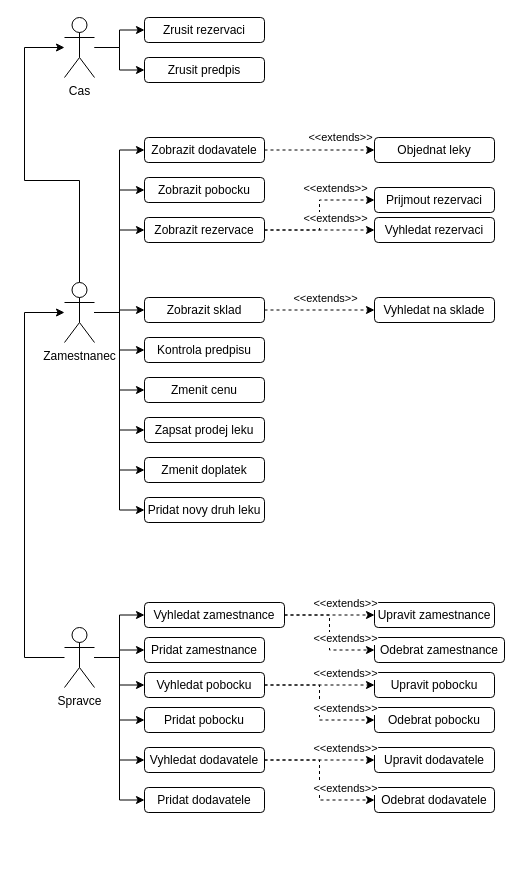
tada66/IUS-projekt keeps this draw.io diagram as IUS projekt use case diagram.drawio. Above is the earlier version. Source tidied: cells renumbered, new cells numbered last; positions are measured from the earlier drawing's top-left corner, leaving out a move shared by most shapes. Both pictures are drawn from the tidied source at 100%, with x=0, y=0 at pixel (24, 17).
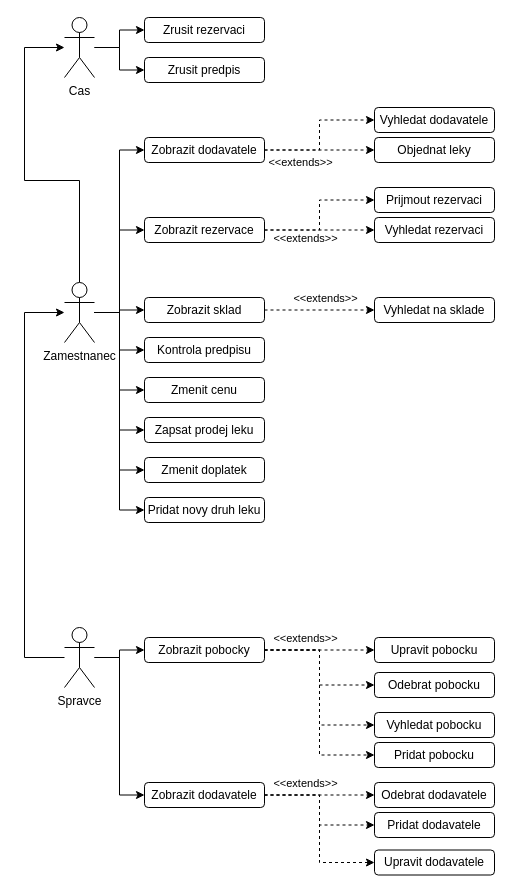
Above is the later version.

Unchanged cells that the change refers to:
```xml
<mxCell id="9" value="Spravce" style="shape=umlActor;verticalLabelPosition=bottom;verticalAlign=top;html=1;outlineConnect=0;" parent="1" vertex="1">
  <mxGeometry x="40" y="610" width="30" height="60" as="geometry" />
</mxCell>
<mxCell id="20" value="Zamestnanec" style="shape=umlActor;verticalLabelPosition=bottom;verticalAlign=top;html=1;outlineConnect=0;" parent="1" vertex="1">
  <mxGeometry x="40" y="265" width="30" height="60" as="geometry" />
</mxCell>
<mxCell id="51" value="Zobrazit dodavatele" style="rounded=1;whiteSpace=wrap;html=1;" parent="1" vertex="1">
  <mxGeometry x="120" y="120" width="120" height="25" as="geometry" />
</mxCell>
```

The edit, as a diff of the source:
```diff
@@
-    <mxCell id="3" style="edgeStyle=orthogonalEdgeStyle;rounded=0;jettySize=auto;html=1;" parent="1" edge="1" source="9" target="58">
-      <mxGeometry relative="1" as="geometry" />
-    </mxCell>
-    <mxCell id="4" style="edgeStyle=orthogonalEdgeStyle;rounded=0;jettySize=auto;html=1;" parent="1" edge="1" source="9" target="42">
-      <mxGeometry relative="1" as="geometry" />
-    </mxCell>
@@
-    <mxCell id="6" style="edgeStyle=orthogonalEdgeStyle;rounded=0;jettySize=auto;html=1;entryX=0;entryY=0.5;entryDx=0;entryDy=0;" parent="1" edge="1" source="9" target="63">
-      <mxGeometry relative="1" as="geometry" />
-    </mxCell>
@@
-    <mxCell id="8" style="edgeStyle=orthogonalEdgeStyle;rounded=0;jettySize=auto;html=1;entryX=0;entryY=0.5;entryDx=0;entryDy=0;" parent="1" edge="1" source="9" target="47">
-      <mxGeometry relative="1" as="geometry" />
-    </mxCell>
@@
-    <mxCell id="18" style="edgeStyle=orthogonalEdgeStyle;rounded=0;jettySize=auto;html=1;entryX=0;entryY=0.5;entryDx=0;entryDy=0;" parent="1" edge="1" source="20" target="49">
-      <mxGeometry relative="1" as="geometry" />
-    </mxCell>
@@
-    <mxCell id="40" value="&amp;lt;&amp;lt;extends&amp;gt;&amp;gt;" style="edgeLabel;html=1;align=center;verticalAlign=middle;" parent="1" vertex="1">
-      <mxGeometry x="310" y="170" as="geometry" />
-    </mxCell>
     <mxCell id="41" value="&amp;lt;&amp;lt;extends&amp;gt;&amp;gt;" style="edgeLabel;html=1;align=center;verticalAlign=middle;" parent="1" vertex="1">
-      <mxGeometry x="310" y="200" as="geometry" />
+      <mxGeometry x="280" y="220" as="geometry" />
     </mxCell>
-    <mxCell id="42" value="Pridat zamestnance" style="rounded=1;whiteSpace=wrap;html=1;" parent="1" vertex="1">
-      <mxGeometry x="120" y="620" width="120" height="25" as="geometry" />
-    </mxCell>
@@
+    <mxCell id="71" style="edgeStyle=orthogonalEdgeStyle;rounded=0;jettySize=auto;html=1;entryX=0;entryY=0.5;entryDx=0;entryDy=0;dashed=1;" parent="1" edge="1" source="46" target="75">
+      <mxGeometry relative="1" as="geometry" />
+    </mxCell>
+    <mxCell id="72" style="edgeStyle=orthogonalEdgeStyle;rounded=0;jettySize=auto;html=1;entryX=0;entryY=0.5;entryDx=0;entryDy=0;dashed=1;" parent="1" edge="1" source="46" target="63">
+      <mxGeometry relative="1" as="geometry" />
+    </mxCell>
-    <mxCell id="46" value="Vyhledat pobocku" style="rounded=1;whiteSpace=wrap;html=1;" parent="1" vertex="1">
-      <mxGeometry x="120" y="655" width="120" height="25" as="geometry" />
+    <mxCell id="46" value="Zobrazit pobocky" style="rounded=1;whiteSpace=wrap;html=1;" parent="1" vertex="1">
+      <mxGeometry x="120" y="620" width="120" height="25" as="geometry" />
     </mxCell>
     <mxCell id="47" value="Pridat dodavatele" style="rounded=1;whiteSpace=wrap;html=1;" parent="1" vertex="1">
-      <mxGeometry x="120" y="770" width="120" height="25" as="geometry" />
+      <mxGeometry x="350" y="795" width="120" height="25" as="geometry" />
     </mxCell>
     <mxCell id="48" value="Odebrat dodavatele" style="rounded=1;whiteSpace=wrap;html=1;" parent="1" vertex="1">
-      <mxGeometry x="350" y="770" width="120" height="25" as="geometry" />
+      <mxGeometry x="350" y="765" width="120" height="25" as="geometry" />
     </mxCell>
-    <mxCell id="49" value="Zobrazit pobocku" style="rounded=1;whiteSpace=wrap;html=1;" parent="1" vertex="1">
-      <mxGeometry x="120" y="160" width="120" height="25" as="geometry" />
-    </mxCell>
@@
+    <mxCell id="73" style="edgeStyle=orthogonalEdgeStyle;rounded=0;jettySize=auto;html=1;entryX=0;entryY=0.5;entryDx=0;entryDy=0;dashed=1;" parent="1" edge="1" source="51" target="76">
+      <mxGeometry relative="1" as="geometry" />
+    </mxCell>
@@
     <mxCell id="52" value="&amp;lt;&amp;lt;extends&amp;gt;&amp;gt;" style="edgeLabel;html=1;align=center;verticalAlign=middle;" parent="1" vertex="1">
-      <mxGeometry x="310" y="120" as="geometry">
+      <mxGeometry x="270" y="145" as="geometry">
         <mxPoint x="5" y="-1" as="offset" />
       </mxGeometry>
     </mxCell>
     <mxCell id="53" value="Odebrat pobocku" style="rounded=1;whiteSpace=wrap;html=1;" parent="1" vertex="1">
-      <mxGeometry x="350" y="690" width="120" height="25" as="geometry" />
+      <mxGeometry x="350" y="655" width="120" height="25" as="geometry" />
     </mxCell>
-    <mxCell id="54" value="Odebrat zamestnance" style="rounded=1;whiteSpace=wrap;html=1;" parent="1" vertex="1">
-      <mxGeometry x="350" y="620" width="130" height="25" as="geometry" />
-    </mxCell>
-    <mxCell id="55" value="Upravit zamestnance" style="rounded=1;whiteSpace=wrap;html=1;" parent="1" vertex="1">
-      <mxGeometry x="350" y="585" width="120" height="25" as="geometry" />
-    </mxCell>
-    <mxCell id="56" style="edgeStyle=orthogonalEdgeStyle;rounded=0;jettySize=auto;html=1;dashed=1;" parent="1" edge="1" source="58" target="55">
-      <mxGeometry relative="1" as="geometry" />
-    </mxCell>
-    <mxCell id="57" style="edgeStyle=orthogonalEdgeStyle;rounded=0;jettySize=auto;html=1;entryX=0;entryY=0.5;entryDx=0;entryDy=0;dashed=1;" parent="1" edge="1" source="58" target="54">
-      <mxGeometry relative="1" as="geometry" />
-    </mxCell>
-    <mxCell id="58" value="Vyhledat zamestnance" style="rounded=1;whiteSpace=wrap;html=1;" parent="1" vertex="1">
-      <mxGeometry x="120" y="585" width="140" height="25" as="geometry" />
-    </mxCell>
+    <mxCell id="60" style="edgeStyle=orthogonalEdgeStyle;rounded=0;jettySize=auto;html=1;entryX=0;entryY=0.5;entryDx=0;entryDy=0;dashed=1;" parent="1" edge="1" source="61" target="48">
+      <mxGeometry relative="1" as="geometry" />
+    </mxCell>
+    <mxCell id="74" style="edgeStyle=orthogonalEdgeStyle;rounded=0;jettySize=auto;html=1;entryX=0;entryY=0.5;entryDx=0;entryDy=0;dashed=1;" parent="1" edge="1" source="61" target="47">
+      <mxGeometry relative="1" as="geometry" />
+    </mxCell>
-    <mxCell id="59" style="edgeStyle=orthogonalEdgeStyle;rounded=0;jettySize=auto;html=1;dashed=1;" parent="1" edge="1" source="61" target="62">
+    <mxCell id="59" style="edgeStyle=orthogonalEdgeStyle;rounded=0;jettySize=auto;html=1;entryX=0;entryY=0.5;entryDx=0;entryDy=0;dashed=1;" parent="1" edge="1" source="61" target="62">
       <mxGeometry relative="1" as="geometry" />
     </mxCell>
-    <mxCell id="60" style="edgeStyle=orthogonalEdgeStyle;rounded=0;jettySize=auto;html=1;entryX=0;entryY=0.5;entryDx=0;entryDy=0;dashed=1;" parent="1" edge="1" source="61" target="48">
-      <mxGeometry relative="1" as="geometry" />
-    </mxCell>
-    <mxCell id="61" value="Vyhledat dodavatele" style="rounded=1;whiteSpace=wrap;html=1;" parent="1" vertex="1">
-      <mxGeometry x="120" y="730" width="120" height="25" as="geometry" />
+    <mxCell id="61" value="Zobrazit dodavatele" style="rounded=1;whiteSpace=wrap;html=1;" parent="1" vertex="1">
+      <mxGeometry x="120" y="765" width="120" height="25" as="geometry" />
     </mxCell>
     <mxCell id="62" value="Upravit dodavatele" style="rounded=1;whiteSpace=wrap;html=1;" parent="1" vertex="1">
-      <mxGeometry x="350" y="730" width="120" height="25" as="geometry" />
+      <mxGeometry x="350" y="832.5" width="120" height="25" as="geometry" />
     </mxCell>
     <mxCell id="63" value="Pridat pobocku" style="rounded=1;whiteSpace=wrap;html=1;" parent="1" vertex="1">
-      <mxGeometry x="120" y="690" width="120" height="25" as="geometry" />
+      <mxGeometry x="350" y="725" width="120" height="25" as="geometry" />
     </mxCell>
     <mxCell id="64" value="Upravit pobocku" style="rounded=1;whiteSpace=wrap;html=1;" parent="1" vertex="1">
-      <mxGeometry x="350" y="655" width="120" height="25" as="geometry" />
+      <mxGeometry x="350" y="620" width="120" height="25" as="geometry" />
     </mxCell>
-    <mxCell id="65" value="&amp;lt;&amp;lt;extends&amp;gt;&amp;gt;" style="edgeLabel;html=1;align=center;verticalAlign=middle;" parent="1" vertex="1">
-      <mxGeometry x="320" y="585" as="geometry" />
-    </mxCell>
-    <mxCell id="66" value="&amp;lt;&amp;lt;extends&amp;gt;&amp;gt;" style="edgeLabel;html=1;align=center;verticalAlign=middle;" parent="1" vertex="1">
-      <mxGeometry x="320" y="620" as="geometry" />
-    </mxCell>
     <mxCell id="67" value="&amp;lt;&amp;lt;extends&amp;gt;&amp;gt;" style="edgeLabel;html=1;align=center;verticalAlign=middle;" parent="1" vertex="1">
-      <mxGeometry x="320" y="655" as="geometry" />
+      <mxGeometry x="280" y="620" as="geometry" />
     </mxCell>
-    <mxCell id="68" value="&amp;lt;&amp;lt;extends&amp;gt;&amp;gt;" style="edgeLabel;html=1;align=center;verticalAlign=middle;" parent="1" vertex="1">
-      <mxGeometry x="320" y="690" as="geometry" />
-    </mxCell>
     <mxCell id="69" value="&amp;lt;&amp;lt;extends&amp;gt;&amp;gt;" style="edgeLabel;html=1;align=center;verticalAlign=middle;" parent="1" vertex="1">
-      <mxGeometry x="320" y="730" as="geometry" />
+      <mxGeometry x="280" y="765" as="geometry" />
     </mxCell>
-    <mxCell id="70" value="&amp;lt;&amp;lt;extends&amp;gt;&amp;gt;" style="edgeLabel;html=1;align=center;verticalAlign=middle;" parent="1" vertex="1">
-      <mxGeometry x="320" y="770" as="geometry" />
-    </mxCell>
+    <mxCell id="75" value="Vyhledat pobocku" style="rounded=1;whiteSpace=wrap;html=1;" parent="1" vertex="1">
+      <mxGeometry x="350" y="695" width="120" height="25" as="geometry" />
+    </mxCell>
+    <mxCell id="76" value="Vyhledat dodavatele" style="rounded=1;whiteSpace=wrap;html=1;" parent="1" vertex="1">
+      <mxGeometry x="350" y="90" width="120" height="25" as="geometry" />
+    </mxCell>
```
